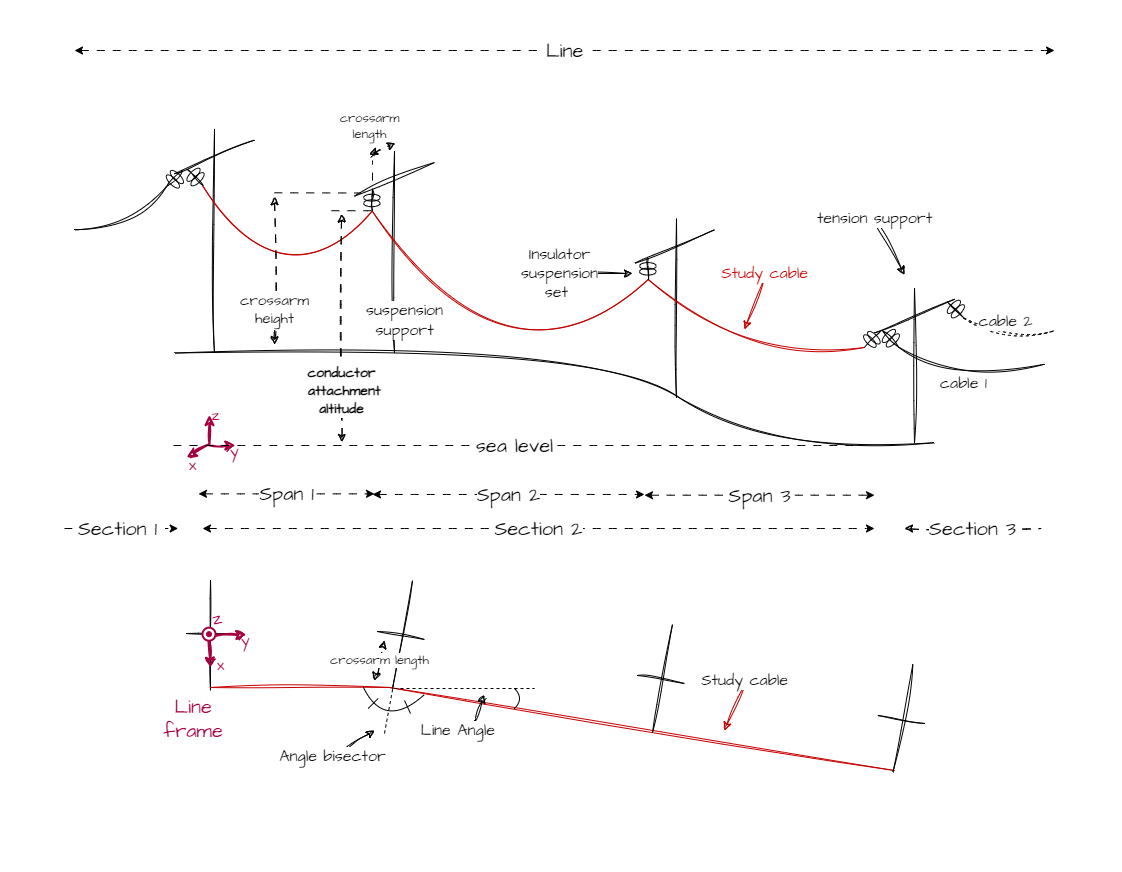
Earlier version of the draw.io export docs/user_guide/assets/powerline_definitions.drawio.png (phlowers/mechaphlowers). Source tidied: cells renumbered, new cells last; positions are measured from the earlier drawing's top-left corner, leaving out a move shared by most shapes.
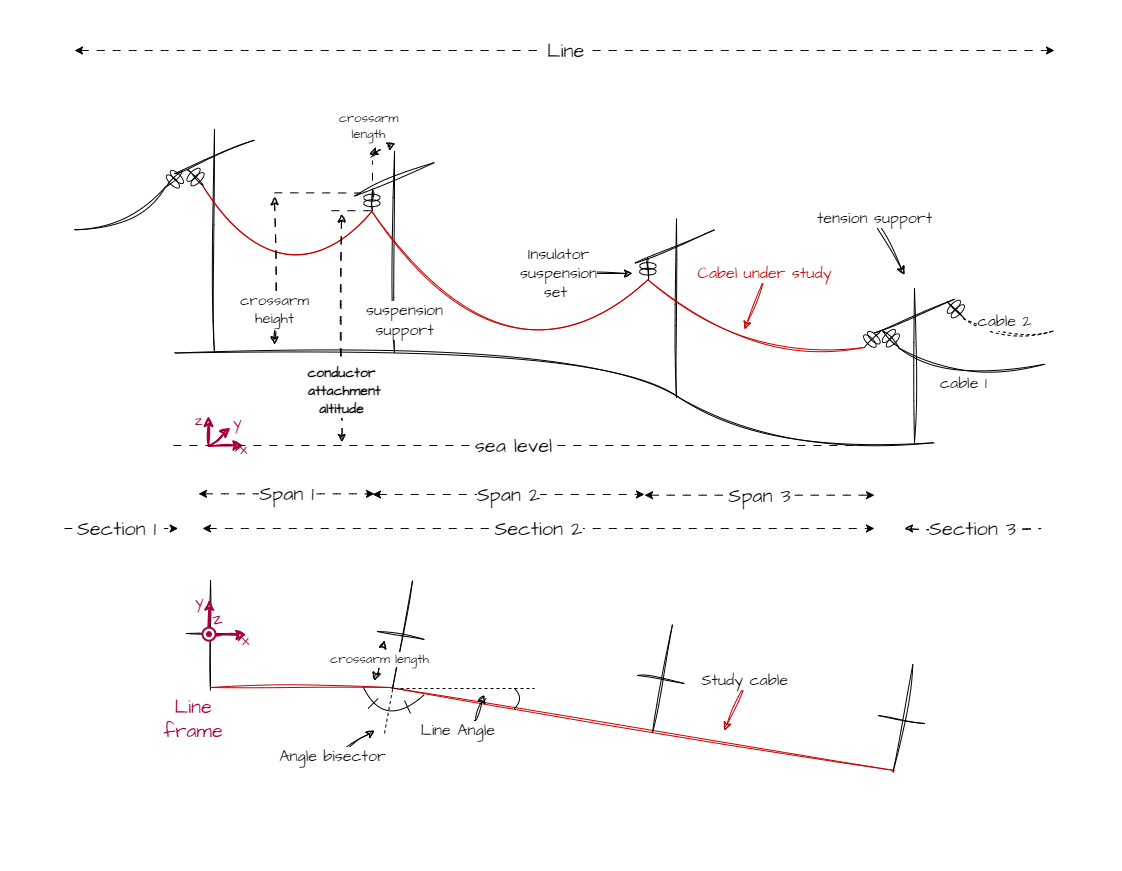
After the change.

The edit, as a diff of the source:
```diff
@@ -390,7 +390,7 @@
         <mxPoint x="990" as="targetPoint" />
       </mxGeometry>
     </mxCell>
-    <mxCell id="79" value="Study cable" style="endArrow=classic;startArrow=none;html=1;rounded=0;shadow=0;sketch=1;hachureGap=4;jiggle=2;curveFitting=1;strokeColor=#C40000;fontFamily=Architects Daughter;fontSource=https%3A%2F%2Ffonts.googleapis.com%2Fcss%3Ffamily%3DArchitects%2BDaughter;fontSize=16;startSize=6;endSize=6;curved=1;jumpSize=6;startFill=0;fontColor=#C40000;" parent="25" edge="1">
+    <mxCell id="79" value="Cabel under study" style="endArrow=classic;startArrow=none;html=1;rounded=0;shadow=0;sketch=1;hachureGap=4;jiggle=2;curveFitting=1;strokeColor=#C40000;fontFamily=Architects Daughter;fontSource=https%3A%2F%2Ffonts.googleapis.com%2Fcss%3Ffamily%3DArchitects%2BDaughter;fontSize=16;startSize=6;endSize=6;curved=1;jumpSize=6;startFill=0;fontColor=#C40000;" parent="25" edge="1">
       <mxGeometry x="-1" relative="1" as="geometry">
         <mxPoint x="700" y="223" as="sourcePoint" />
         <mxPoint x="680" y="279" as="targetPoint" />
@@ -423,13 +423,13 @@
     <mxCell id="84" style="group;rotation=-10.9;" parent="1" vertex="1">
       <mxGeometry x="203" y="608.2" width="43" height="55.8" as="geometry" />
     </mxCell>
-    <mxCell id="85" value="x" style="endArrow=classic;html=1;sketch=1;hachureGap=4;jiggle=2;curveFitting=1;fontFamily=Architects Daughter;fontSource=https%3A%2F%2Ffonts.googleapis.com%2Fcss%3Ffamily%3DArchitects%2BDaughter;fontSize=16;fillColor=#d80073;strokeColor=#A50040;fontColor=#A50040;labelBackgroundColor=none;strokeWidth=2;" parent="84" edge="1">
+    <mxCell id="85" value="y" style="endArrow=classic;html=1;sketch=1;hachureGap=4;jiggle=2;curveFitting=1;fontFamily=Architects Daughter;fontSource=https%3A%2F%2Ffonts.googleapis.com%2Fcss%3Ffamily%3DArchitects%2BDaughter;fontSize=16;fillColor=#d80073;strokeColor=#A50040;fontColor=#A50040;labelBackgroundColor=none;strokeWidth=2;" parent="84" edge="1">
       <mxGeometry x="0.9" y="10" relative="1" as="geometry">
         <mxPoint x="5" y="27" as="sourcePoint" />
-        <mxPoint x="7" y="59" as="targetPoint" />
+        <mxPoint x="6" y="-9.2" as="targetPoint" />
       </mxGeometry>
     </mxCell>
-    <mxCell id="86" value="y" style="endArrow=classic;html=1;sketch=1;hachureGap=4;jiggle=2;curveFitting=1;fontFamily=Architects Daughter;fontSource=https%3A%2F%2Ffonts.googleapis.com%2Fcss%3Ffamily%3DArchitects%2BDaughter;fontSize=16;labelBackgroundColor=none;fontColor=#A50040;fillColor=#d80073;strokeColor=#A50040;strokeWidth=2;" parent="84" edge="1">
+    <mxCell id="86" value="x" style="endArrow=classic;html=1;sketch=1;hachureGap=4;jiggle=2;curveFitting=1;fontFamily=Architects Daughter;fontSource=https%3A%2F%2Ffonts.googleapis.com%2Fcss%3Ffamily%3DArchitects%2BDaughter;fontSize=16;labelBackgroundColor=none;fontColor=#A50040;fillColor=#d80073;strokeColor=#A50040;strokeWidth=2;" parent="84" edge="1">
       <mxGeometry x="0.95" y="-6" relative="1" as="geometry">
         <mxPoint x="5" y="27" as="sourcePoint" />
         <mxPoint x="43" y="26" as="targetPoint" />
@@ -445,21 +445,22 @@
       <mxGeometry x="4" y="1" width="20" height="20" as="geometry" />
     </mxCell>
     <mxCell id="90" value="y" style="endArrow=classic;html=1;sketch=1;hachureGap=4;jiggle=2;curveFitting=1;fontFamily=Architects Daughter;fontSource=https%3A%2F%2Ffonts.googleapis.com%2Fcss%3Ffamily%3DArchitects%2BDaughter;fontSize=16;labelBackgroundColor=none;fontColor=#A50040;fillColor=#d80073;strokeColor=#A50040;strokeWidth=2;" parent="1" edge="1">
-      <mxGeometry x="0.95" y="-6" relative="1" as="geometry">
+      <mxGeometry x="1" y="-8" relative="1" as="geometry">
         <mxPoint x="209" y="445" as="sourcePoint" />
-        <mxPoint x="235" y="445" as="targetPoint" />
+        <mxPoint x="230" y="427" as="targetPoint" />
+        <mxPoint x="1" y="-11" as="offset" />
       </mxGeometry>
     </mxCell>
     <mxCell id="91" value="z" style="endArrow=classic;html=1;sketch=1;hachureGap=4;jiggle=2;curveFitting=1;fontFamily=Architects Daughter;fontSource=https%3A%2F%2Ffonts.googleapis.com%2Fcss%3Ffamily%3DArchitects%2BDaughter;fontSize=16;labelBackgroundColor=none;fontColor=#A50040;fillColor=#d80073;strokeColor=#A50040;strokeWidth=2;" parent="1" edge="1">
-      <mxGeometry x="0.95" y="-6" relative="1" as="geometry">
-        <mxPoint x="209" y="443" as="sourcePoint" />
-        <mxPoint x="209" y="414.5" as="targetPoint" />
+      <mxGeometry x="0.68" y="10" relative="1" as="geometry">
+        <mxPoint x="208" y="444" as="sourcePoint" />
+        <mxPoint x="208" y="415.5" as="targetPoint" />
       </mxGeometry>
     </mxCell>
     <mxCell id="92" value="x" style="endArrow=classic;html=1;sketch=1;hachureGap=4;jiggle=2;curveFitting=1;fontFamily=Architects Daughter;fontSource=https%3A%2F%2Ffonts.googleapis.com%2Fcss%3Ffamily%3DArchitects%2BDaughter;fontSize=16;fillColor=#d80073;strokeColor=#A50040;fontColor=#A50040;labelBackgroundColor=none;strokeWidth=2;" parent="1" edge="1">
-      <mxGeometry x="0.9" y="10" relative="1" as="geometry">
-        <mxPoint x="209" y="443.5" as="sourcePoint" />
-        <mxPoint x="186" y="457" as="targetPoint" />
+      <mxGeometry x="1" y="-4" relative="1" as="geometry">
+        <mxPoint x="208" y="445.5" as="sourcePoint" />
+        <mxPoint x="243" y="445" as="targetPoint" />
       </mxGeometry>
     </mxCell>
     <mxCell id="93" value="sea level" style="endArrow=none;startArrow=none;html=1;rounded=0;shadow=0;hachureGap=4;strokeColor=default;fontFamily=Architects Daughter;fontSource=https%3A%2F%2Ffonts.googleapis.com%2Fcss%3Ffamily%3DArchitects%2BDaughter;fontSize=20;startSize=6;endSize=6;curved=1;jumpSize=6;dashed=1;dashPattern=8 8;endFill=0;startFill=0;" parent="1" edge="1">
```
